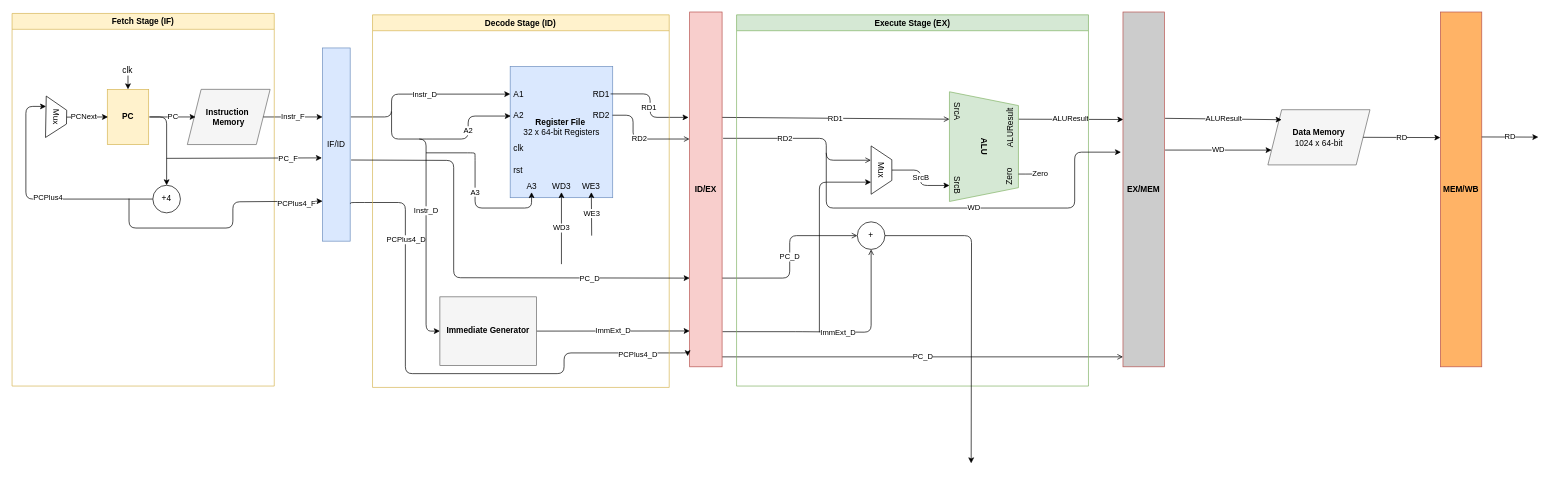
This is docs/architechture.drawio from abdullah123ch/RV64I-Zba-Pipelined-RISC-V-Processor, a draw.io file, before an edit. Source tidied: cells renumbered, new cells numbered last; positions are measured from the earlier drawing's top-left corner, leaving out a move shared by most shapes. Both pictures are drawn from the tidied source at 69%, with x=0, y=0 at pixel (12, 12).
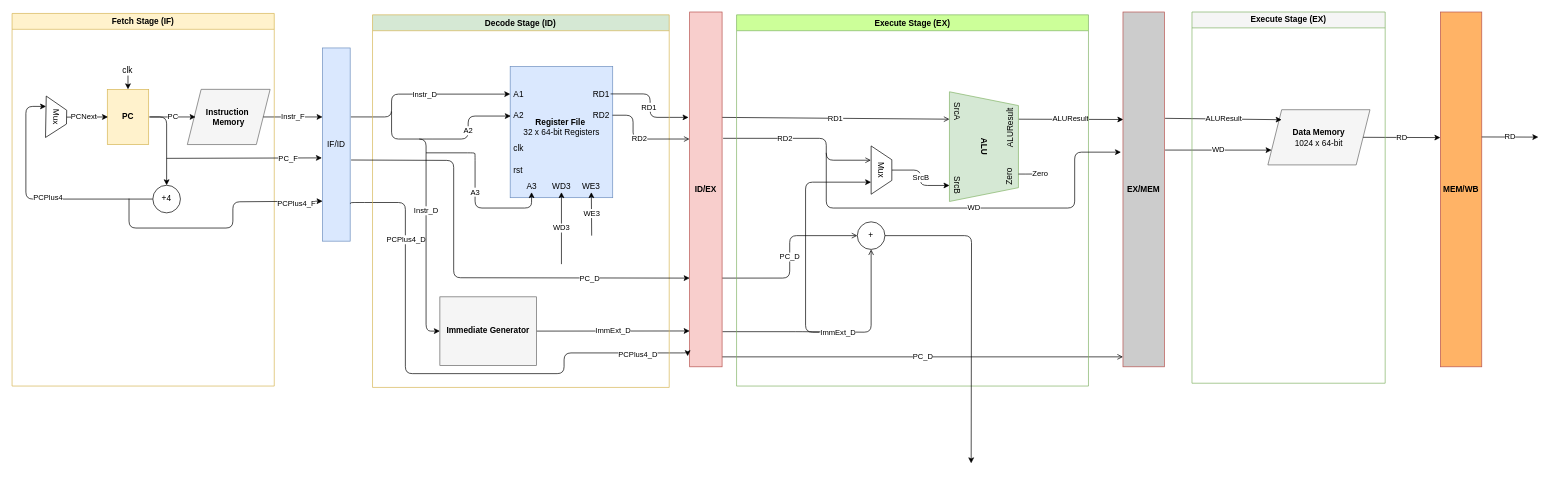
The same page after the edit.

Commit message (it also covers changes not shown here):
memory stage implementation

The change refers to these unchanged cells:
```xml
<mxCell id="43" style="group;" parent="1" vertex="1">
  <mxGeometry x="501" y="4" width="451.4" height="540" as="geometry" />
</mxCell>
<mxCell id="73" value="Mux" style="shape=trapezoid;perimeter=trapezoidPerimeter;whiteSpace=wrap;html=1;fixedSize=1;rotation=90;" parent="71" vertex="1">
  <mxGeometry x="175" y="210" width="70" height="30" as="geometry" />
</mxCell>
```

Change to the diagram source:
```diff
@@
-    <mxCell id="65" value="&lt;b&gt;Decode Stage (ID)&lt;/b&gt;" style="swimlane;whiteSpace=wrap;html=1;fillColor=#fff2cc;strokeColor=#d6b656;" parent="43" vertex="1">
+    <mxCell id="65" value="&lt;b&gt;Decode Stage (ID)&lt;/b&gt;" style="swimlane;whiteSpace=wrap;html=1;fillColor=#D5E8D4;strokeColor=#d6b656;" parent="43" vertex="1">
       <mxGeometry x="21.4" width="430" height="540" as="geometry" />
     </mxCell>
@@
-    <mxCell id="71" value="&lt;b&gt;Execute Stage (EX)&lt;/b&gt;" style="swimlane;whiteSpace=wrap;html=1;fillColor=#d5e8d4;strokeColor=#82b366;" parent="1" vertex="1">
+    <mxCell id="71" value="&lt;b&gt;Execute Stage (EX)&lt;/b&gt;" style="swimlane;whiteSpace=wrap;html=1;fillColor=#CCFF99;strokeColor=#82b366;" parent="1" vertex="1">
       <mxGeometry x="1050" y="4" width="510" height="538" as="geometry" />
     </mxCell>
     <mxCell id="72" style="edgeStyle=orthogonalEdgeStyle;html=1;entryX=0.75;entryY=1;entryDx=0;entryDy=0;" parent="71" edge="1" target="73">
       <mxGeometry relative="1" as="geometry">
         <mxPoint x="120" y="460" as="sourcePoint" />
         <Array as="points">
-          <mxPoint x="120" y="460" />
-          <mxPoint x="120" y="243" />
+          <mxPoint x="100" y="460" />
+          <mxPoint x="100" y="243" />
         </Array>
       </mxGeometry>
     </mxCell>
@@
+    <mxCell id="78" value="&lt;b&gt;Execute Stage (EX)&lt;/b&gt;" style="swimlane;whiteSpace=wrap;html=1;fillColor=#F5F5F5;strokeColor=#82b366;" parent="1" vertex="1">
+      <mxGeometry x="1710" y="-0.1" width="280" height="538" as="geometry" />
+    </mxCell>
```
